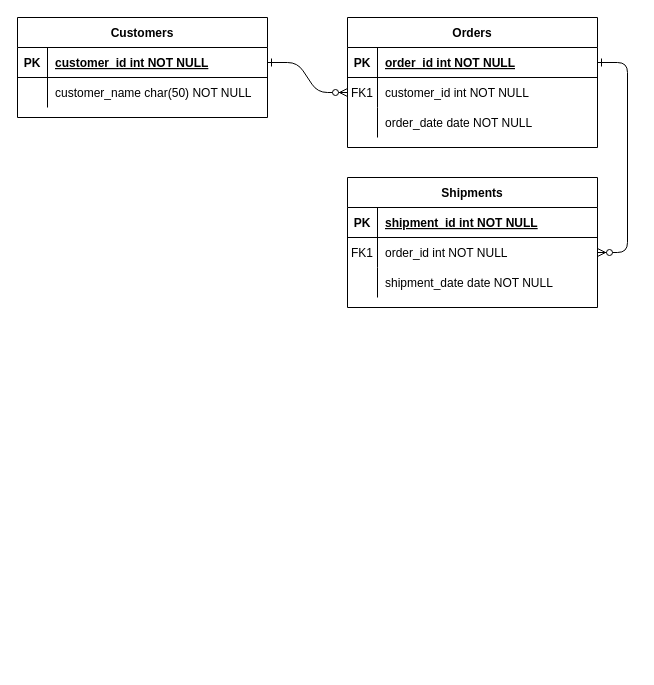
Above: Untitled Diagram.drawio in Sanket-Rathod/myprojects (draw.io), before the change. Source tidied: cells renumbered, new cells numbered last; positions are measured from the earlier drawing's top-left corner, leaving out a move shared by most shapes. Both pictures are drawn from the tidied source at 100%, with x=0, y=0 at pixel (17, 17).
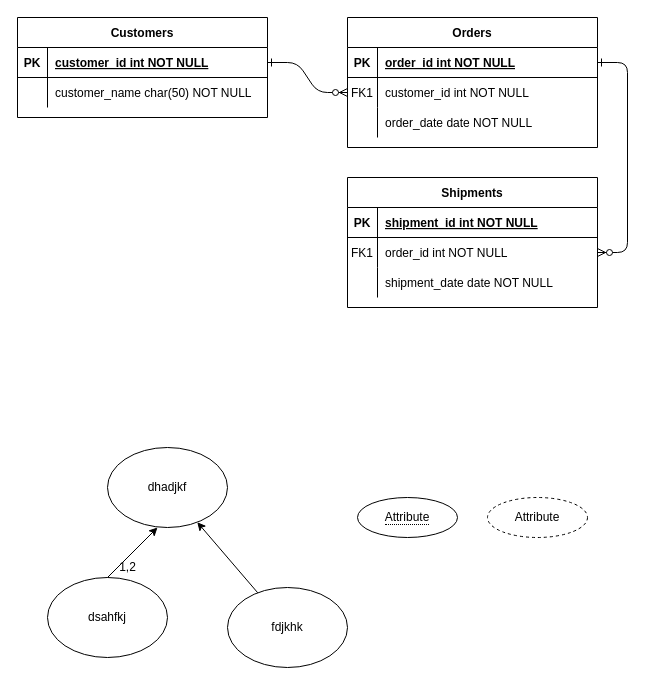
After the change.

What changed in the source:
```diff
@@
+    <mxCell id="31" value="dhadjkf" style="ellipse;whiteSpace=wrap;html=1;" parent="1" vertex="1">
+      <mxGeometry x="90" y="430" width="120" height="80" as="geometry" />
+    </mxCell>
+    <mxCell id="32" value="dsahfkj" style="ellipse;whiteSpace=wrap;html=1;" parent="1" vertex="1">
+      <mxGeometry x="30" y="560" width="120" height="80" as="geometry" />
+    </mxCell>
+    <mxCell id="33" value="fdjkhk" style="ellipse;whiteSpace=wrap;html=1;" parent="1" vertex="1">
+      <mxGeometry x="210" y="570" width="120" height="80" as="geometry" />
+    </mxCell>
+    <mxCell id="34" style="endArrow=classic;html=1;" parent="1" edge="1">
+      <mxGeometry relative="1" as="geometry">
+        <mxPoint x="90" y="560" as="sourcePoint" />
+        <mxPoint x="140" y="510" as="targetPoint" />
+      </mxGeometry>
+    </mxCell>
+    <mxCell id="35" style="endArrow=classic;html=1;" parent="1" edge="1" source="33" target="31">
+      <mxGeometry relative="1" as="geometry" />
+    </mxCell>
+    <mxCell id="36" value="&lt;span style=&quot;border-bottom: 1px dotted&quot;&gt;Attribute&lt;/span&gt;" style="ellipse;whiteSpace=wrap;html=1;align=center;" parent="1" vertex="1">
+      <mxGeometry x="340" y="480" width="100" height="40" as="geometry" />
+    </mxCell>
+    <mxCell id="37" value="Attribute" style="ellipse;whiteSpace=wrap;html=1;align=center;dashed=1;" parent="1" vertex="1">
+      <mxGeometry x="470" y="480" width="100" height="40" as="geometry" />
+    </mxCell>
+    <mxCell id="38" value="1,2" style="text;html=1;align=center;verticalAlign=middle;strokeColor=none;fillColor=none;" parent="1" vertex="1">
+      <mxGeometry x="95" y="540" width="30" height="20" as="geometry" />
+    </mxCell>
```
